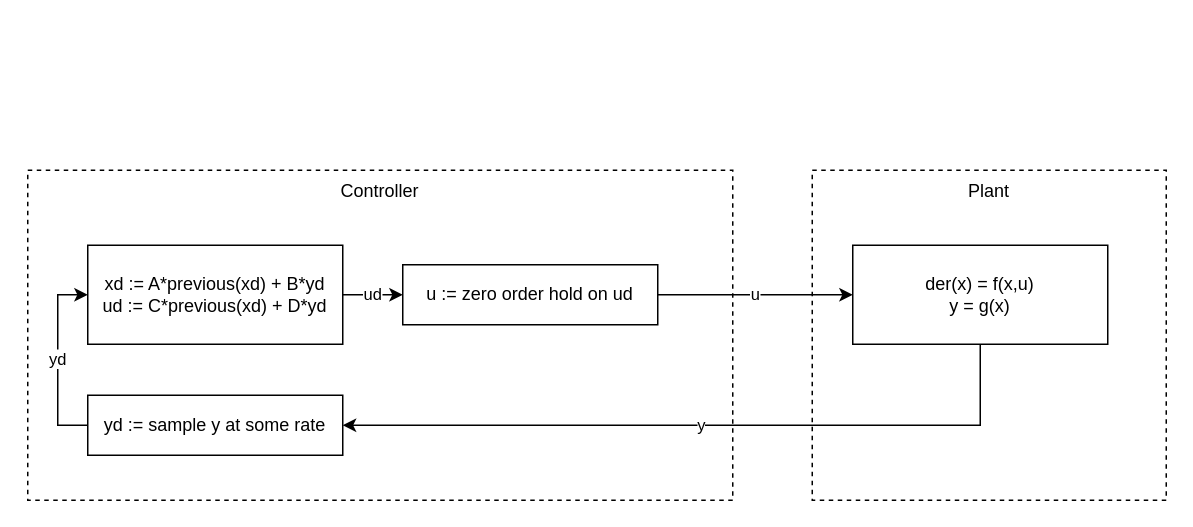
Above: docs/3.0-dev/images/synchronous-clock-example.drawio in modelica/fmi-standard.org (draw.io), before the change. Source tidied: cells renumbered, new cells numbered last; positions are measured from the earlier drawing's top-left corner, leaving out a move shared by most shapes. Both pictures are drawn from the tidied source at 150%, with x=0, y=0 at pixel (27, 170).
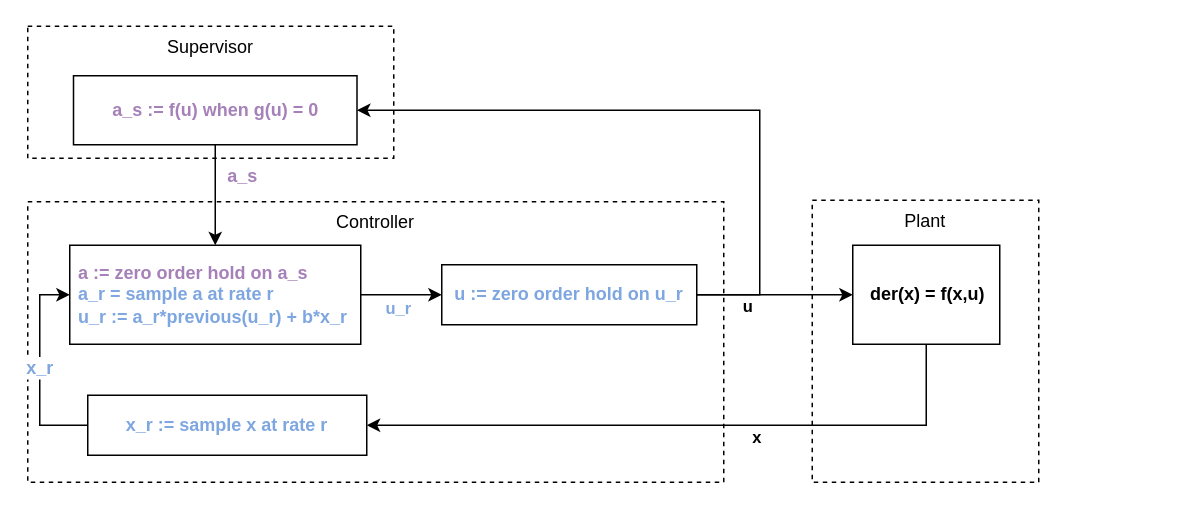
After the change.

Change to the diagram source:
```diff
@@
 <mxGraphModel>
   <root>
     <mxCell id="0" />
     <mxCell id="1" parent="0" />
     <mxCell id="2" value="Controller" style="rounded=0;whiteSpace=wrap;html=1;verticalAlign=top;fillColor=none;dashed=1;" parent="1" vertex="1">
-      <mxGeometry width="470" height="220" as="geometry" />
+      <mxGeometry y="21" width="464" height="187" as="geometry" />
     </mxCell>
+    <mxCell id="11" value="Plant" style="rounded=0;whiteSpace=wrap;html=1;verticalAlign=top;fillColor=none;dashed=1;" parent="1" vertex="1">
+      <mxGeometry x="523" y="20" width="151" height="188" as="geometry" />
+    </mxCell>
-    <mxCell id="3" value="ud" style="edgeStyle=orthogonalEdgeStyle;rounded=0;jettySize=auto;html=1;" parent="1" edge="1" source="4" target="8">
-      <mxGeometry relative="1" as="geometry" />
+    <mxCell id="3" value="&lt;font color=&quot;#7ea6e0&quot;&gt;u_r&lt;/font&gt;" style="edgeStyle=orthogonalEdgeStyle;rounded=0;jettySize=auto;html=1;fontStyle=1;" parent="1" edge="1" source="4" target="8">
+      <mxGeometry x="-0.08" y="-9" relative="1" as="geometry" />
     </mxCell>
-    <mxCell id="4" value="xd := A*previous(xd) + B*yd&lt;br&gt;ud := C*previous(xd) + D*yd" style="rounded=0;whiteSpace=wrap;html=1;" parent="1" vertex="1">
-      <mxGeometry x="40" y="50" width="170" height="66" as="geometry" />
+    <mxCell id="4" value="&lt;font color=&quot;#a680b8&quot;&gt;a := zero order hold on a_s&lt;/font&gt;&lt;br&gt;&lt;font color=&quot;#7ea6e0&quot;&gt;a_r = sample a at rate r&lt;br&gt;u_r := a_r*previous(u_r) + b*x_r&lt;/font&gt;" style="rounded=0;whiteSpace=wrap;html=1;align=left;spacingLeft=4;fontStyle=1;" parent="1" vertex="1">
+      <mxGeometry x="28" y="50" width="194" height="66" as="geometry" />
     </mxCell>
-    <mxCell id="5" value="yd" style="edgeStyle=orthogonalEdgeStyle;rounded=0;jettySize=auto;html=1;entryX=0;entryY=0.5;entryDx=0;entryDy=0;exitX=0;exitY=0.5;exitDx=0;exitDy=0;" parent="1" edge="1" source="6" target="4">
+    <mxCell id="5" value="&lt;span style=&quot;font-size: 12px&quot;&gt;&lt;font color=&quot;#7ea6e0&quot;&gt;x_r&lt;/font&gt;&lt;/span&gt;" style="edgeStyle=orthogonalEdgeStyle;rounded=0;jettySize=auto;html=1;entryX=0;entryY=0.5;entryDx=0;entryDy=0;exitX=0;exitY=0.5;exitDx=0;exitDy=0;fontStyle=1;" parent="1" edge="1" source="6" target="4">
       <mxGeometry relative="1" as="geometry" />
     </mxCell>
-    <mxCell id="6" value="yd := sample y at some rate" style="rounded=0;whiteSpace=wrap;html=1;" parent="1" vertex="1">
-      <mxGeometry x="40" y="150" width="170" height="40" as="geometry" />
+    <mxCell id="6" value="&lt;font color=&quot;#7ea6e0&quot;&gt;x_r := sample x at rate r&lt;/font&gt;" style="rounded=0;whiteSpace=wrap;html=1;fontStyle=1;" parent="1" vertex="1">
+      <mxGeometry x="40" y="150" width="186" height="40" as="geometry" />
     </mxCell>
-    <mxCell id="7" value="u" style="edgeStyle=orthogonalEdgeStyle;rounded=0;jettySize=auto;html=1;" parent="1" edge="1" source="8" target="10">
-      <mxGeometry relative="1" as="geometry" />
+    <mxCell id="7" value="u" style="edgeStyle=orthogonalEdgeStyle;rounded=0;jettySize=auto;html=1;fontStyle=1;" parent="1" edge="1" source="8" target="10">
+      <mxGeometry x="-0.35" y="-8" relative="1" as="geometry" />
     </mxCell>
-    <mxCell id="8" value="u := zero order hold on ud" style="rounded=0;whiteSpace=wrap;html=1;" parent="1" vertex="1">
-      <mxGeometry x="250" y="63" width="170" height="40" as="geometry" />
+    <mxCell id="8" value="&lt;font color=&quot;#7ea6e0&quot;&gt;u := zero order hold on u_r&lt;/font&gt;" style="rounded=0;whiteSpace=wrap;html=1;fontStyle=1;" parent="1" vertex="1">
+      <mxGeometry x="276" y="63" width="170" height="40" as="geometry" />
     </mxCell>
-    <mxCell id="9" value="y" style="edgeStyle=orthogonalEdgeStyle;rounded=0;jettySize=auto;html=1;exitX=0.5;exitY=1;exitDx=0;exitDy=0;entryX=1;entryY=0.5;entryDx=0;entryDy=0;" parent="1" edge="1" source="10" target="6">
-      <mxGeometry relative="1" as="geometry" />
+    <mxCell id="9" value="x" style="edgeStyle=orthogonalEdgeStyle;rounded=0;jettySize=auto;html=1;exitX=0.5;exitY=1;exitDx=0;exitDy=0;entryX=1;entryY=0.5;entryDx=0;entryDy=0;fontStyle=1;" parent="1" edge="1" source="10" target="6">
+      <mxGeometry x="-0.22" y="8" relative="1" as="geometry" />
     </mxCell>
-    <mxCell id="10" value="der(x) = f(x,u)&lt;br&gt;y = g(x)" style="rounded=0;whiteSpace=wrap;html=1;" parent="1" vertex="1">
-      <mxGeometry x="550" y="50" width="170" height="66" as="geometry" />
+    <mxCell id="10" value="der(x) = f(x,u)" style="rounded=0;whiteSpace=wrap;html=1;align=left;spacingLeft=10;fontStyle=1;" parent="1" vertex="1">
+      <mxGeometry x="550" y="50" width="98" height="66" as="geometry" />
     </mxCell>
-    <mxCell id="11" value="Plant" style="rounded=0;whiteSpace=wrap;html=1;verticalAlign=top;fillColor=none;dashed=1;" parent="1" vertex="1">
-      <mxGeometry x="523" width="236" height="220" as="geometry" />
-    </mxCell>
+    <mxCell id="12" value="Supervisor" style="rounded=0;whiteSpace=wrap;html=1;verticalAlign=top;fillColor=none;dashed=1;" parent="1" vertex="1">
+      <mxGeometry y="-96" width="244" height="88" as="geometry" />
+    </mxCell>
+    <mxCell id="13" value="&lt;font color=&quot;#a680b8&quot;&gt;a_s := f(u) when g(u) = 0&lt;/font&gt;" style="rounded=0;whiteSpace=wrap;html=1;fontStyle=1;" parent="1" vertex="1">
+      <mxGeometry x="30.5" y="-63" width="189" height="46" as="geometry" />
+    </mxCell>
+    <mxCell id="14" style="edgeStyle=orthogonalEdgeStyle;rounded=0;jettySize=auto;html=1;exitX=1;exitY=0.5;exitDx=0;exitDy=0;entryX=1;entryY=0.5;entryDx=0;entryDy=0;fontStyle=1;" parent="1" edge="1" source="8" target="13">
+      <mxGeometry relative="1" as="geometry">
+        <Array as="points">
+          <mxPoint x="488" y="83" />
+          <mxPoint x="488" y="-40" />
+        </Array>
+      </mxGeometry>
+    </mxCell>
+    <mxCell id="15" value="&lt;span style=&quot;font-size: 12px&quot;&gt;&lt;font color=&quot;#a680b8&quot;&gt;a_s&lt;/font&gt;&lt;/span&gt;" style="edgeStyle=orthogonalEdgeStyle;rounded=0;jettySize=auto;html=1;exitX=0.5;exitY=1;exitDx=0;exitDy=0;fontStyle=1;" parent="1" edge="1" source="13" target="4">
+      <mxGeometry x="-0.38" y="18" relative="1" as="geometry" />
+    </mxCell>
   </root>
 </mxGraphModel>
```
